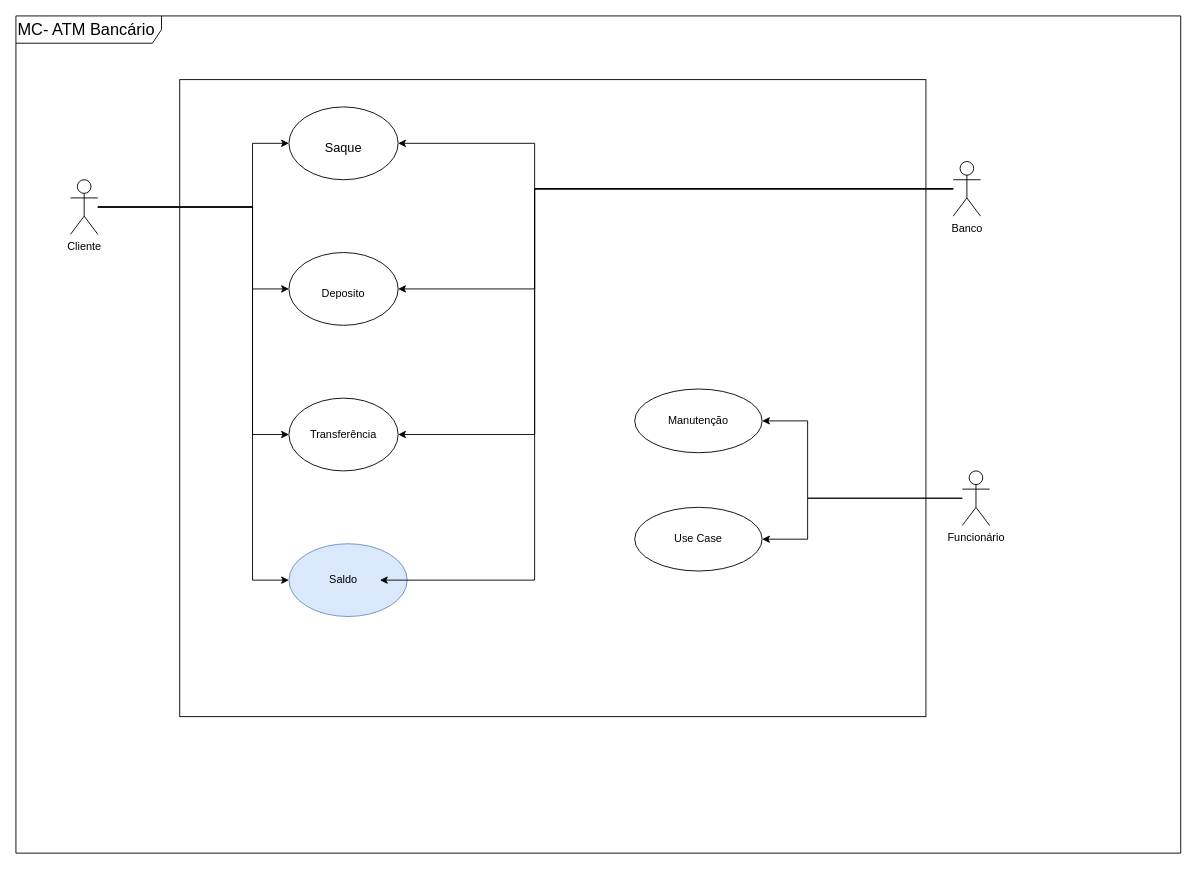
This is modelagemdeprocessodenegocio.drawio from PaulaSena/DiagramasFaculdade, a draw.io file, before an edit. Source tidied: cells renumbered, new cells numbered last; positions are measured from the earlier drawing's top-left corner, leaving out a move shared by most shapes. Both pictures are drawn from the tidied source at 91%, with x=0, y=0 at pixel (15, 15).
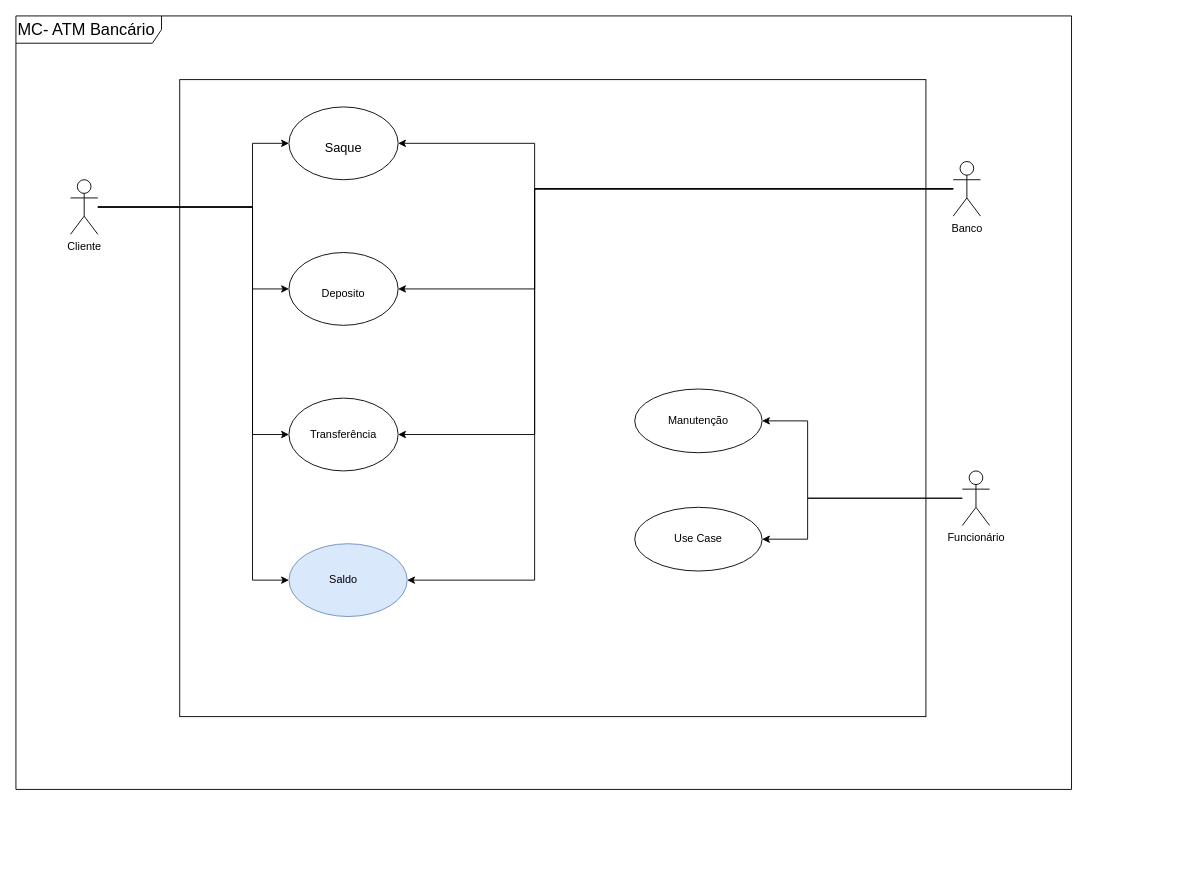
Above is the later version.

Unchanged cells that the change refers to:
```xml
<mxCell id="16" value="Saldo" style="text;html=1;strokeColor=none;fillColor=none;align=center;verticalAlign=middle;whiteSpace=wrap;rounded=0;" parent="1" vertex="1">
  <mxGeometry x="320" y="605" width="80" height="30" as="geometry" />
</mxCell>
<mxCell id="24" value="Banco" style="shape=umlActor;verticalLabelPosition=bottom;verticalAlign=top;html=1;outlineConnect=0;" parent="1" vertex="1">
  <mxGeometry x="1030" y="160" width="30" height="60" as="geometry" />
</mxCell>
```

What changed in the source:
```diff
@@
     <mxCell id="2" value="&lt;font style=&quot;font-size: 18px&quot;&gt;MC- ATM Bancário&amp;nbsp;&lt;/font&gt;" style="shape=umlFrame;whiteSpace=wrap;html=1;width=160;height=30;" parent="1" vertex="1">
-      <mxGeometry width="1280" height="920" as="geometry" />
+      <mxGeometry width="1160" height="850" as="geometry" />
     </mxCell>
@@
-    <mxCell id="22" style="edgeStyle=orthogonalEdgeStyle;rounded=0;jettySize=auto;html=1;entryX=1;entryY=0.5;entryDx=0;entryDy=0;" parent="1" edge="1" source="24" target="16">
+    <mxCell id="22" style="edgeStyle=orthogonalEdgeStyle;rounded=0;jettySize=auto;html=1;" parent="1" edge="1" source="24">
       <mxGeometry relative="1" as="geometry">
+        <mxPoint x="430" y="620" as="targetPoint" />
         <Array as="points">
           <mxPoint x="570" y="190" />
           <mxPoint x="570" y="620" />
         </Array>
       </mxGeometry>
     </mxCell>
```
